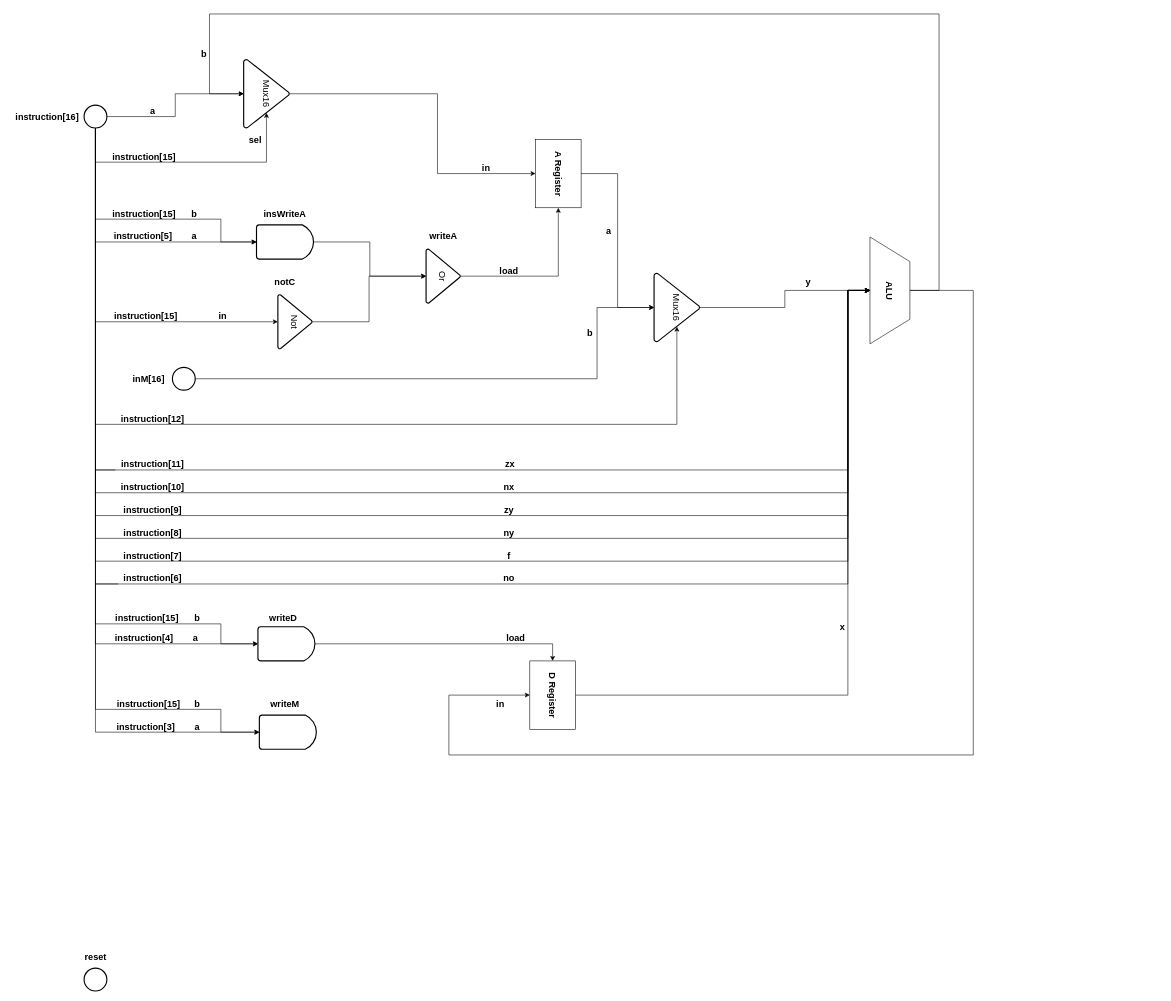
Before: projects/05/hack_cpu.drawio in AsadaGuitar/Nand2Tetris, a draw.io diagram. Source tidied: cells renumbered, new cells numbered last; positions are measured from the earlier drawing's top-left corner, leaving out a move shared by most shapes. Both pictures are drawn from the tidied source at 57%, with x=0, y=0 at pixel (10, 14).
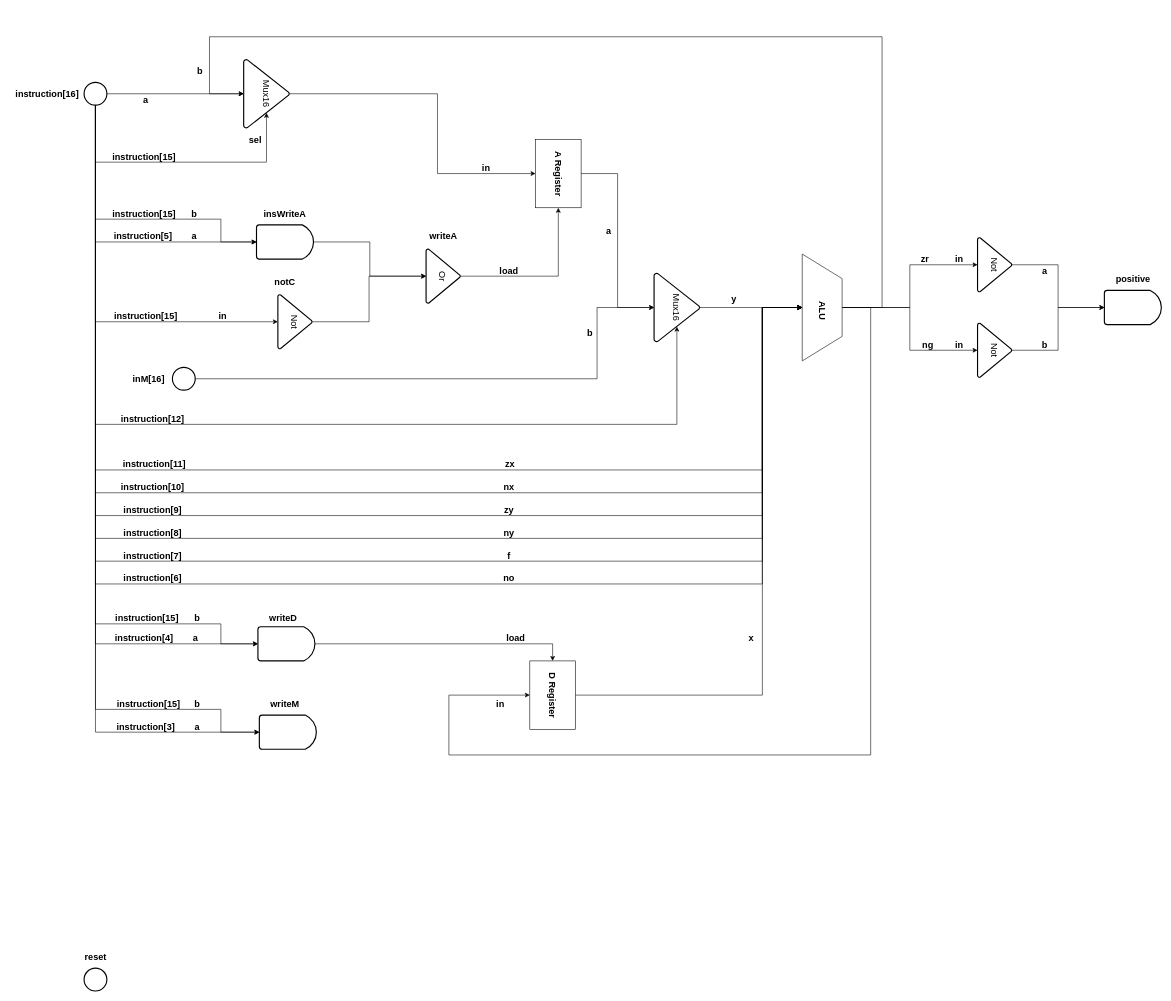
The same page after the edit.

Unchanged cells that the change refers to:
```xml
<mxCell id="26" value="Mux16" style="strokeWidth=2;html=1;shape=mxgraph.flowchart.extract_or_measurement;whiteSpace=wrap;fontSize=16;rotation=90;" parent="1" vertex="1">
  <mxGeometry x="390" y="100" width="120" height="80" as="geometry" />
</mxCell>
<mxCell id="64" style="rounded=0;whiteSpace=wrap;html=1;fontSize=16;" parent="1" vertex="1">
  <mxGeometry x="912" y="1135" width="80" height="120" as="geometry" />
</mxCell>
<mxCell id="84" value="instruction[6]" style="text;html=1;align=center;verticalAlign=middle;points=[];strokeColor=none;fillColor=none;fontSize=16;fontStyle=1;" parent="1" vertex="1">
  <mxGeometry x="190" y="980" width="120" height="20" as="geometry" />
</mxCell>
```

Diff of the diagram source:
```diff
@@
-    <mxCell id="15" style="edgeStyle=orthogonalEdgeStyle;rounded=0;jettySize=auto;html=1;entryX=0.5;entryY=0;entryDx=0;entryDy=0;fontSize=16;startArrow=none;" parent="1" edge="1" source="85" target="69">
+    <mxCell id="15" style="edgeStyle=orthogonalEdgeStyle;rounded=0;jettySize=auto;html=1;entryX=0.5;entryY=0;entryDx=0;entryDy=0;fontSize=16;startArrow=none;exitX=0.5;exitY=1;exitDx=0;exitDy=0;exitPerimeter=0;" parent="1" edge="1" source="21" target="69">
       <mxGeometry relative="1" as="geometry">
         <Array as="points">
           <mxPoint x="150" y="800" />
-          <mxPoint x="1470" y="800" />
-          <mxPoint x="1470" y="485" />
+          <mxPoint x="1320" y="800" />
+          <mxPoint x="1320" y="515" />
         </Array>
       </mxGeometry>
     </mxCell>
     <mxCell id="16" style="edgeStyle=orthogonalEdgeStyle;rounded=0;jettySize=auto;html=1;entryX=0.5;entryY=0;entryDx=0;entryDy=0;fontSize=16;" parent="1" edge="1" source="21" target="69">
       <mxGeometry relative="1" as="geometry">
         <Array as="points">
           <mxPoint x="150" y="840" />
-          <mxPoint x="1470" y="840" />
-          <mxPoint x="1470" y="485" />
+          <mxPoint x="1320" y="840" />
+          <mxPoint x="1320" y="515" />
         </Array>
       </mxGeometry>
     </mxCell>
     <mxCell id="17" style="edgeStyle=orthogonalEdgeStyle;rounded=0;jettySize=auto;html=1;entryX=0.5;entryY=0;entryDx=0;entryDy=0;fontSize=16;" parent="1" edge="1" source="21" target="69">
       <mxGeometry relative="1" as="geometry">
         <Array as="points">
           <mxPoint x="150" y="880" />
-          <mxPoint x="1470" y="880" />
-          <mxPoint x="1470" y="485" />
+          <mxPoint x="1320" y="880" />
+          <mxPoint x="1320" y="515" />
         </Array>
       </mxGeometry>
     </mxCell>
     <mxCell id="18" style="edgeStyle=orthogonalEdgeStyle;rounded=0;jettySize=auto;html=1;entryX=0.5;entryY=0;entryDx=0;entryDy=0;fontSize=16;startArrow=none;exitX=0.5;exitY=1;exitDx=0;exitDy=0;exitPerimeter=0;" parent="1" edge="1" source="21" target="69">
       <mxGeometry relative="1" as="geometry">
         <Array as="points">
           <mxPoint x="150" y="920" />
-          <mxPoint x="1470" y="920" />
-          <mxPoint x="1470" y="485" />
+          <mxPoint x="1320" y="920" />
+          <mxPoint x="1320" y="515" />
         </Array>
       </mxGeometry>
     </mxCell>
     <mxCell id="19" style="edgeStyle=orthogonalEdgeStyle;rounded=0;jettySize=auto;html=1;entryX=0.5;entryY=0;entryDx=0;entryDy=0;fontSize=16;" parent="1" edge="1" source="21" target="69">
       <mxGeometry relative="1" as="geometry">
         <Array as="points">
           <mxPoint x="150" y="960" />
-          <mxPoint x="1470" y="960" />
-          <mxPoint x="1470" y="485" />
+          <mxPoint x="1320" y="960" />
+          <mxPoint x="1320" y="515" />
         </Array>
       </mxGeometry>
     </mxCell>
-    <mxCell id="20" style="edgeStyle=orthogonalEdgeStyle;rounded=0;jettySize=auto;html=1;entryX=0.5;entryY=0;entryDx=0;entryDy=0;fontSize=16;startArrow=none;" parent="1" edge="1" source="84" target="69">
+    <mxCell id="20" style="edgeStyle=orthogonalEdgeStyle;rounded=0;jettySize=auto;html=1;entryX=0.5;entryY=0;entryDx=0;entryDy=0;fontSize=16;startArrow=none;exitX=0.5;exitY=1;exitDx=0;exitDy=0;exitPerimeter=0;" parent="1" edge="1" source="21" target="69">
       <mxGeometry relative="1" as="geometry">
         <Array as="points">
           <mxPoint x="150" y="1000" />
-          <mxPoint x="1470" y="1000" />
-          <mxPoint x="1470" y="485" />
+          <mxPoint x="1320" y="1000" />
+          <mxPoint x="1320" y="515" />
         </Array>
       </mxGeometry>
     </mxCell>
     <mxCell id="21" style="strokeWidth=2;html=1;shape=mxgraph.flowchart.start_2;whiteSpace=wrap;" parent="1" vertex="1">
-      <mxGeometry x="130" y="160" width="40" height="40" as="geometry" />
+      <mxGeometry x="130" y="120" width="40" height="40" as="geometry" />
     </mxCell>
     <mxCell id="22" value="instruction[16]" style="text;html=1;align=center;verticalAlign=middle;strokeColor=none;fillColor=none;fontStyle=1;fontSize=16;" parent="1" vertex="1">
-      <mxGeometry y="170" width="130" height="20" as="geometry" />
+      <mxGeometry y="130" width="130" height="20" as="geometry" />
     </mxCell>
@@
     <mxCell id="28" value="a" style="text;html=1;align=center;verticalAlign=middle;strokeColor=none;fillColor=none;fontSize=16;fontStyle=1;" parent="1" vertex="1">
-      <mxGeometry x="240" y="160" width="20" height="20" as="geometry" />
+      <mxGeometry x="227.5" y="140" width="20" height="20" as="geometry" />
     </mxCell>
@@
-    <mxCell id="63" style="edgeStyle=orthogonalEdgeStyle;rounded=0;jettySize=auto;html=1;fontSize=16;entryX=0.5;entryY=0;entryDx=0;entryDy=0;exitX=1;exitY=0.5;exitDx=0;exitDy=0;" parent="1" edge="1" source="64" target="69">
+    <mxCell id="63" style="edgeStyle=orthogonalEdgeStyle;rounded=0;jettySize=auto;html=1;fontSize=16;exitX=1;exitY=0.5;exitDx=0;exitDy=0;entryX=0.5;entryY=0;entryDx=0;entryDy=0;" parent="1" edge="1" source="64" target="69">
       <mxGeometry relative="1" as="geometry">
         <Array as="points">
-          <mxPoint x="1470" y="1195" />
-          <mxPoint x="1470" y="485" />
+          <mxPoint x="1320" y="1195" />
+          <mxPoint x="1320" y="515" />
         </Array>
       </mxGeometry>
     </mxCell>
@@
     <mxCell id="67" style="edgeStyle=orthogonalEdgeStyle;rounded=0;jettySize=auto;html=1;fontSize=16;exitX=0.5;exitY=1;exitDx=0;exitDy=0;entryX=0;entryY=0.5;entryDx=0;entryDy=0;" parent="1" edge="1" source="69" target="64">
       <mxGeometry relative="1" as="geometry">
         <Array as="points">
-          <mxPoint x="1690" y="485" />
-          <mxPoint x="1690" y="1300" />
+          <mxPoint x="1510" y="515" />
+          <mxPoint x="1510" y="1300" />
           <mxPoint x="770" y="1300" />
           <mxPoint x="770" y="1195" />
         </Array>
       </mxGeometry>
     </mxCell>
     <mxCell id="68" style="edgeStyle=orthogonalEdgeStyle;rounded=0;jettySize=auto;html=1;entryX=0.5;entryY=1;entryDx=0;entryDy=0;entryPerimeter=0;fontSize=16;exitX=0.5;exitY=1;exitDx=0;exitDy=0;" parent="1" edge="1" source="69" target="26">
       <mxGeometry relative="1" as="geometry">
         <Array as="points">
-          <mxPoint x="1630" y="485" />
-          <mxPoint x="1630" />
-          <mxPoint x="350" />
+          <mxPoint x="1530" y="515" />
+          <mxPoint x="1530" y="40" />
+          <mxPoint x="350" y="40" />
           <mxPoint x="350" y="140" />
         </Array>
       </mxGeometry>
     </mxCell>
+    <mxCell id="92" style="edgeStyle=orthogonalEdgeStyle;rounded=0;jettySize=auto;html=1;entryX=0.5;entryY=1;entryDx=0;entryDy=0;entryPerimeter=0;" parent="1" edge="1" source="69" target="95">
+      <mxGeometry relative="1" as="geometry" />
+    </mxCell>
+    <mxCell id="93" style="edgeStyle=orthogonalEdgeStyle;rounded=0;jettySize=auto;html=1;fontSize=16;" parent="1" edge="1" source="69" target="99">
+      <mxGeometry relative="1" as="geometry" />
+    </mxCell>
     <mxCell id="69" style="verticalLabelPosition=middle;verticalAlign=middle;html=1;shape=trapezoid;perimeter=trapezoidPerimeter;whiteSpace=wrap;size=0.23;arcSize=10;flipV=1;labelPosition=center;align=center;fontSize=16;rotation=-90;" parent="1" vertex="1">
-      <mxGeometry x="1450" y="450" width="187.5" height="70" as="geometry" />
+      <mxGeometry x="1331.2" y="480" width="187.5" height="70" as="geometry" />
     </mxCell>
     <mxCell id="70" value="ALU" style="text;html=1;align=center;verticalAlign=middle;strokeColor=none;fillColor=none;fontSize=16;fontStyle=1;rotation=90;" parent="1" vertex="1">
-      <mxGeometry x="1518.8" y="475" width="50" height="20" as="geometry" />
+      <mxGeometry x="1400" y="510" width="50" height="20" as="geometry" />
     </mxCell>
@@
     <mxCell id="72" value="b" style="text;html=1;align=center;verticalAlign=middle;strokeColor=none;fillColor=none;fontSize=16;fontStyle=1;" parent="1" vertex="1">
-      <mxGeometry x="325" y="60" width="30" height="20" as="geometry" />
+      <mxGeometry x="317.5" y="90" width="30" height="20" as="geometry" />
     </mxCell>
     <mxCell id="73" value="x" style="text;html=1;align=center;verticalAlign=middle;strokeColor=none;fillColor=none;fontSize=16;fontStyle=1;" parent="1" vertex="1">
-      <mxGeometry x="1450" y="1065" width="20" height="20" as="geometry" />
+      <mxGeometry x="1290" y="1085" width="20" height="20" as="geometry" />
     </mxCell>
@@
     <mxCell id="79" value="y" style="text;html=1;align=center;verticalAlign=middle;strokeColor=none;fillColor=none;fontSize=16;fontStyle=1;" parent="1" vertex="1">
-      <mxGeometry x="1390" y="460" width="20" height="20" as="geometry" />
+      <mxGeometry x="1260" y="490" width="20" height="20" as="geometry" />
     </mxCell>
@@
     <mxCell id="85" value="instruction[11]" style="text;html=1;align=center;verticalAlign=middle;points=[];strokeColor=none;fillColor=none;fontSize=16;fontStyle=1;" parent="1" vertex="1">
-      <mxGeometry x="185" y="780" width="130" height="20" as="geometry" />
+      <mxGeometry x="187.5" y="780" width="130" height="20" as="geometry" />
     </mxCell>
@@
+    <mxCell id="94" style="edgeStyle=orthogonalEdgeStyle;rounded=0;jettySize=auto;html=1;entryX=0;entryY=0.5;entryDx=0;entryDy=0;entryPerimeter=0;fontSize=16;" parent="1" edge="1" source="95" target="102">
+      <mxGeometry relative="1" as="geometry" />
+    </mxCell>
+    <mxCell id="95" value="Not" style="strokeWidth=2;html=1;shape=mxgraph.flowchart.extract_or_measurement;whiteSpace=wrap;fontSize=16;rotation=90;" parent="1" vertex="1">
+      <mxGeometry x="1680" y="410" width="95" height="60" as="geometry" />
+    </mxCell>
+    <mxCell id="96" value="in" style="text;html=1;align=center;verticalAlign=middle;strokeColor=none;fillColor=none;fontSize=16;fontStyle=1;" parent="1" vertex="1">
+      <mxGeometry x="1650" y="420" width="30" height="20" as="geometry" />
+    </mxCell>
+    <mxCell id="97" value="zr" style="text;html=1;align=center;verticalAlign=middle;strokeColor=none;fillColor=none;fontSize=16;fontStyle=1;" parent="1" vertex="1">
+      <mxGeometry x="1590" y="420" width="30" height="20" as="geometry" />
+    </mxCell>
+    <mxCell id="98" style="edgeStyle=orthogonalEdgeStyle;rounded=0;jettySize=auto;html=1;entryX=0;entryY=0.5;entryDx=0;entryDy=0;entryPerimeter=0;fontSize=16;" parent="1" edge="1" source="99" target="102">
+      <mxGeometry relative="1" as="geometry" />
+    </mxCell>
+    <mxCell id="99" value="Not" style="strokeWidth=2;html=1;shape=mxgraph.flowchart.extract_or_measurement;whiteSpace=wrap;fontSize=16;rotation=90;" parent="1" vertex="1">
+      <mxGeometry x="1680" y="560" width="95" height="60" as="geometry" />
+    </mxCell>
+    <mxCell id="100" value="ng" style="text;html=1;align=center;verticalAlign=middle;strokeColor=none;fillColor=none;fontSize=16;fontStyle=1;" parent="1" vertex="1">
+      <mxGeometry x="1590" y="570" width="40" height="20" as="geometry" />
+    </mxCell>
+    <mxCell id="101" value="in" style="text;html=1;align=center;verticalAlign=middle;strokeColor=none;fillColor=none;fontSize=16;fontStyle=1;" parent="1" vertex="1">
+      <mxGeometry x="1650" y="570" width="30" height="20" as="geometry" />
+    </mxCell>
+    <mxCell id="102" style="strokeWidth=2;html=1;shape=mxgraph.flowchart.delay;whiteSpace=wrap;fontSize=16;" parent="1" vertex="1">
+      <mxGeometry x="1920" y="485" width="100" height="60" as="geometry" />
+    </mxCell>
+    <mxCell id="103" value="b" style="text;html=1;align=center;verticalAlign=middle;strokeColor=none;fillColor=none;fontSize=16;fontStyle=1;" parent="1" vertex="1">
+      <mxGeometry x="1800" y="570" width="30" height="20" as="geometry" />
+    </mxCell>
+    <mxCell id="104" value="a" style="text;html=1;align=center;verticalAlign=middle;strokeColor=none;fillColor=none;fontSize=16;fontStyle=1;" parent="1" vertex="1">
+      <mxGeometry x="1805" y="440" width="20" height="20" as="geometry" />
+    </mxCell>
+    <mxCell id="105" value="positive" style="text;html=1;align=center;verticalAlign=middle;strokeColor=none;fillColor=none;fontSize=16;fontStyle=1;" parent="1" vertex="1">
+      <mxGeometry x="1930" y="455" width="80" height="20" as="geometry" />
+    </mxCell>
```
